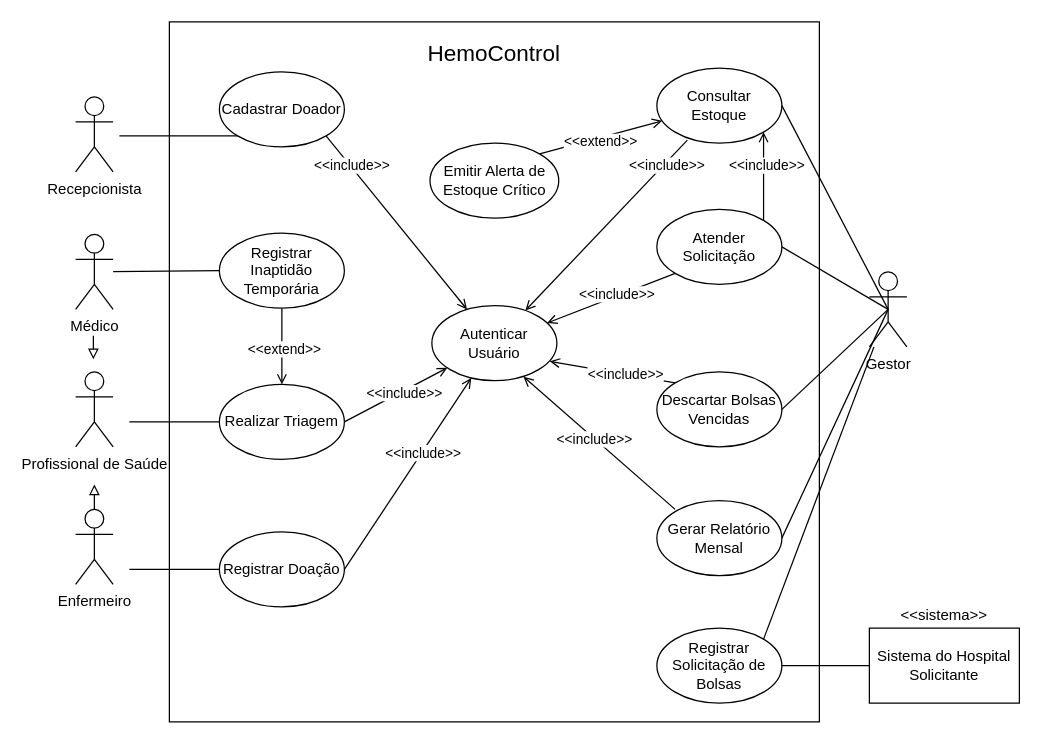
Grabiie/hemocontrol keeps this draw.io diagram as docs/casos-de-uso.drawio. Above is the earlier version. Source tidied: cells renumbered, new cells numbered last; positions are measured from the earlier drawing's top-left corner, leaving out a move shared by most shapes. Both pictures are drawn from the tidied source at 125%, with x=0, y=0 at pixel (75, 21).
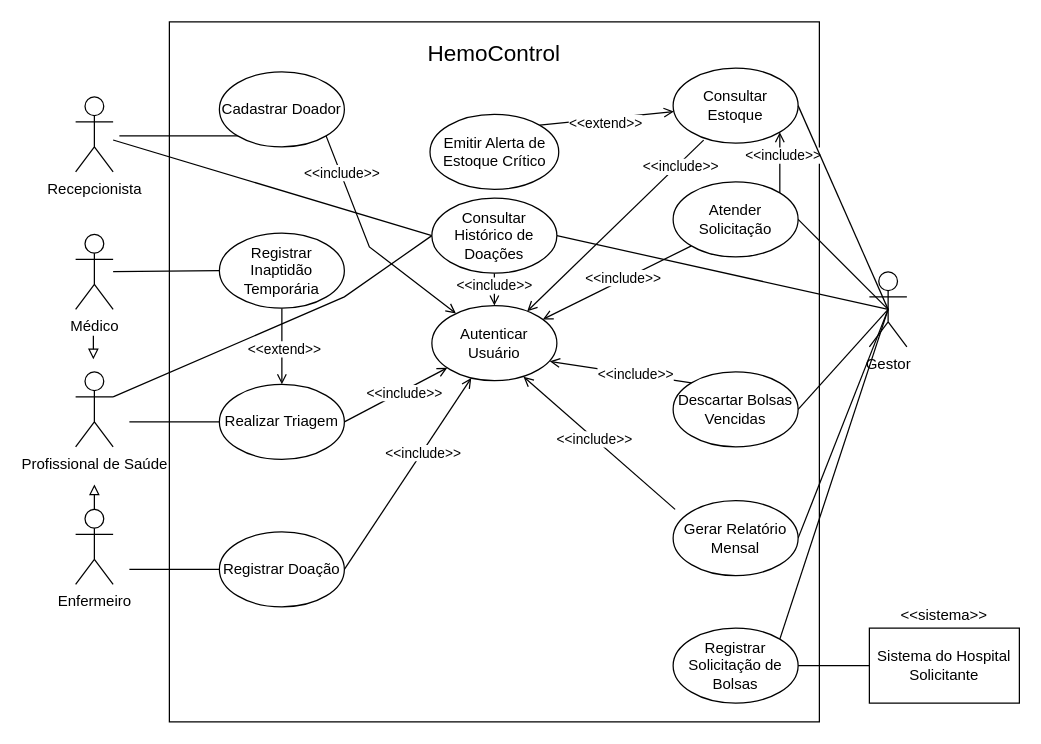
After the change.

Commit message (it also covers changes not shown here):
docs: atualiza diagramas com histórico e descarte

Unchanged cells that the change refers to:
```xml
<mxCell id="4" value="Recepcionista " style="shape=umlActor;verticalLabelPosition=bottom;verticalAlign=top;html=1;outlineConnect=0;labelPerimeter=1;" parent="1" vertex="1">
  <mxGeometry y="60" width="30" height="60" as="geometry" />
</mxCell>
<mxCell id="9" value="Gestor " style="shape=umlActor;verticalLabelPosition=bottom;verticalAlign=top;html=1;outlineConnect=0;labelPerimeter=1;" parent="1" vertex="1">
  <mxGeometry x="635" y="200" width="30" height="60" as="geometry" />
</mxCell>
<mxCell id="13" value="Cadastrar Doador" style="ellipse;whiteSpace=wrap;html=1;shapeInside=1;" parent="1" vertex="1">
  <mxGeometry x="115" y="40" width="100" height="60" as="geometry" />
</mxCell>
<mxCell id="38" value="Profissional de Saúde " style="shape=umlActor;verticalLabelPosition=bottom;verticalAlign=top;html=1;outlineConnect=0;labelPerimeter=1;" parent="1" vertex="1">
  <mxGeometry y="280" width="30" height="60" as="geometry" />
</mxCell>
<mxCell id="39" value="Autenticar Usuário" style="ellipse;whiteSpace=wrap;html=1;shapeInside=1;" parent="1" vertex="1">
  <mxGeometry x="285" y="227" width="100" height="60" as="geometry" />
</mxCell>
```

Change to the diagram source:
```diff
@@
     <mxCell id="11" style="rounded=0;jettySize=auto;html=1;exitX=1;exitY=1;exitDx=0;exitDy=0;defaultLabelBackgroundColor=page;endArrow=open;endFill=0;flowAnimation=1;" parent="1" edge="1" source="13" target="39">
-      <mxGeometry relative="1" as="geometry" />
+      <mxGeometry relative="1" as="geometry">
+        <Array as="points">
+          <mxPoint x="235" y="180" />
+        </Array>
+      </mxGeometry>
     </mxCell>
@@
-    <mxCell id="25" style="rounded=0;jettySize=auto;html=1;exitX=1;exitY=0;exitDx=0;exitDy=0;defaultLabelBackgroundColor=page;endArrow=none;endFill=0;" parent="1" edge="1" source="26" target="9">
+    <mxCell id="25" style="rounded=0;jettySize=auto;html=1;exitX=1;exitY=0;exitDx=0;exitDy=0;defaultLabelBackgroundColor=page;endArrow=none;endFill=0;entryX=0.5;entryY=0.5;entryDx=0;entryDy=0;entryPerimeter=0;" parent="1" edge="1" source="26" target="9">
       <mxGeometry relative="1" as="geometry" />
     </mxCell>
     <mxCell id="26" value="Registrar Solicitação de Bolsas" style="ellipse;whiteSpace=wrap;html=1;shapeInside=1;" parent="1" vertex="1">
-      <mxGeometry x="465" y="485" width="100" height="60" as="geometry" />
+      <mxGeometry x="478" y="485" width="100" height="60" as="geometry" />
     </mxCell>
@@
     <mxCell id="31" value="Consultar Estoque" style="ellipse;whiteSpace=wrap;html=1;shapeInside=1;" parent="1" vertex="1">
-      <mxGeometry x="465" y="37" width="100" height="60" as="geometry" />
+      <mxGeometry x="478" y="37" width="100" height="60" as="geometry" />
     </mxCell>
@@
     <mxCell id="34" value="Atender Solicitação" style="ellipse;whiteSpace=wrap;html=1;shapeInside=1;" parent="1" vertex="1">
-      <mxGeometry x="465" y="150" width="100" height="60" as="geometry" />
+      <mxGeometry x="478" y="128" width="100" height="60" as="geometry" />
     </mxCell>
     <mxCell id="35" value="Descartar Bolsas Vencidas" style="ellipse;whiteSpace=wrap;html=1;shapeInside=1;" parent="1" vertex="1">
-      <mxGeometry x="465" y="280" width="100" height="60" as="geometry" />
+      <mxGeometry x="478" y="280" width="100" height="60" as="geometry" />
     </mxCell>
@@
     <mxCell id="37" value="Gerar Relatório Mensal" style="ellipse;whiteSpace=wrap;html=1;shapeInside=1;" parent="1" vertex="1">
-      <mxGeometry x="465" y="383" width="100" height="60" as="geometry" />
+      <mxGeometry x="478" y="383" width="100" height="60" as="geometry" />
     </mxCell>
+    <mxCell id="54" style="rounded=0;jettySize=auto;html=1;exitX=1;exitY=0.3333333333333333;exitDx=0;exitDy=0;exitPerimeter=0;entryX=0;entryY=0.5;entryDx=0;entryDy=0;defaultLabelBackgroundColor=page;endArrow=none;endFill=0;" parent="1" edge="1" source="38" target="59">
+      <mxGeometry relative="1" as="geometry">
+        <Array as="points">
+          <mxPoint x="215" y="220" />
+        </Array>
+      </mxGeometry>
+    </mxCell>
@@
     <mxCell id="49" value="Emitir Alerta de Estoque Crítico" style="ellipse;whiteSpace=wrap;html=1;shapeInside=1;fontSize=12;" parent="1" vertex="1">
-      <mxGeometry x="283.5" y="97" width="103" height="60" as="geometry" />
+      <mxGeometry x="283.5" y="74" width="103" height="60" as="geometry" />
     </mxCell>
@@
+    <mxCell id="55" style="rounded=0;jettySize=auto;html=1;exitX=1;exitY=0.5;exitDx=0;exitDy=0;defaultLabelBackgroundColor=page;endArrow=none;endFill=0;entryX=0.5;entryY=0.5;entryDx=0;entryDy=0;entryPerimeter=0;" parent="1" edge="1" source="59" target="9">
+      <mxGeometry relative="1" as="geometry" />
+    </mxCell>
+    <mxCell id="56" style="rounded=0;jettySize=auto;html=1;exitX=0;exitY=0.5;exitDx=0;exitDy=0;defaultLabelBackgroundColor=page;endArrow=none;endFill=0;" parent="1" edge="1" source="59" target="4">
+      <mxGeometry relative="1" as="geometry" />
+    </mxCell>
+    <mxCell id="57" style="edgeStyle=orthogonalEdgeStyle;rounded=0;jettySize=auto;html=1;exitX=0.5;exitY=1;exitDx=0;exitDy=0;entryX=0.5;entryY=0;entryDx=0;entryDy=0;defaultLabelBackgroundColor=page;flowAnimation=1;endArrow=open;endFill=0;" parent="1" edge="1" source="59" target="39">
+      <mxGeometry relative="1" as="geometry" />
+    </mxCell>
+    <mxCell id="58" value="&amp;lt;&amp;lt;include&amp;gt;&amp;gt;" style="edgeLabel;html=1;align=center;verticalAlign=middle;inheritText=1;defaultLabelBackgroundColor=page;" parent="57" vertex="1">
+      <mxGeometry x="-0.3" y="-1" relative="1" as="geometry" />
+    </mxCell>
+    <mxCell id="59" value="Consultar Histórico de Doações" style="ellipse;whiteSpace=wrap;html=1;shapeInside=1;" parent="1" vertex="1">
+      <mxGeometry x="285" y="141" width="100" height="60" as="geometry" />
+    </mxCell>
```
